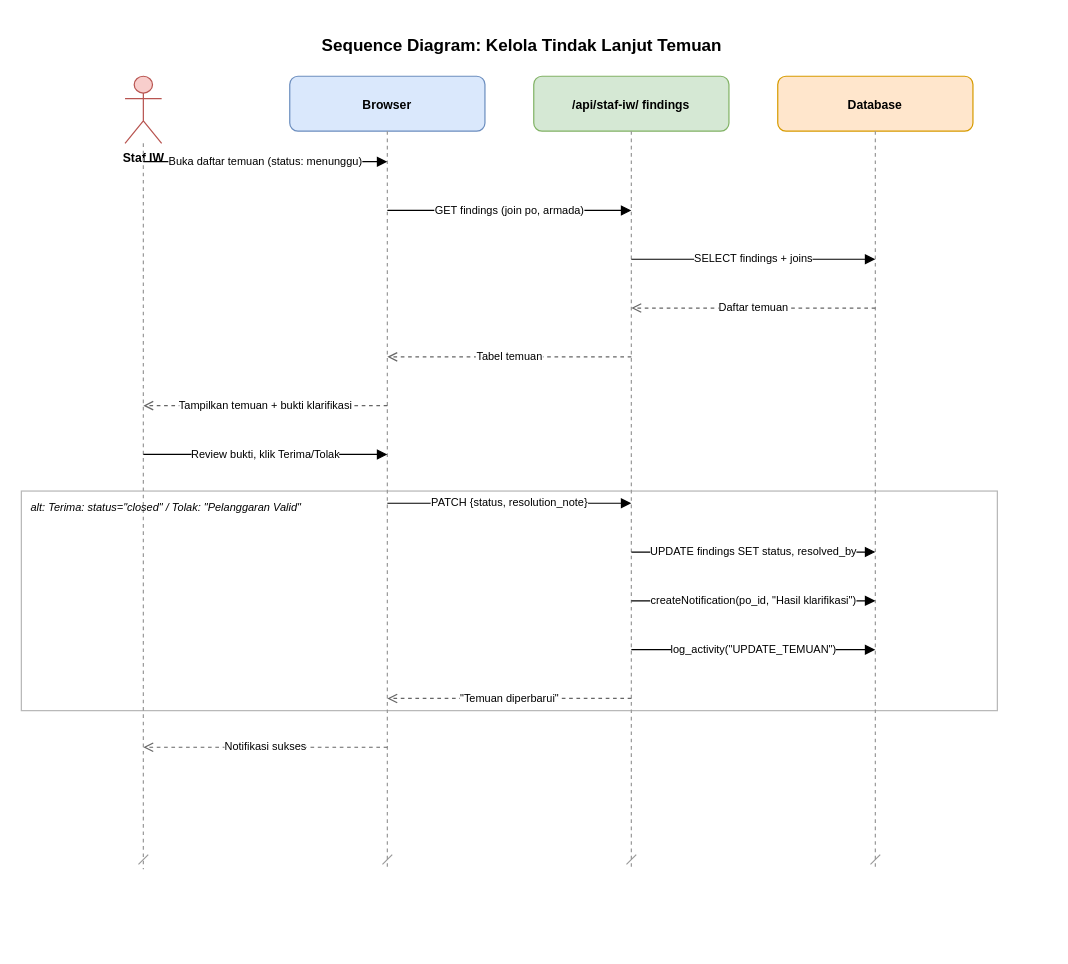
RyanGLoomy/terminal-iwkbu keeps this draw.io diagram as docs/diagrams/sequence/18-sq-kelola-tindak-lanjut.drawio. Above is the earlier version. Source tidied: cells renumbered, new cells numbered last; positions are measured from the earlier drawing's top-left corner, leaving out a move shared by most shapes. Both pictures are drawn from the tidied source at 122%, with x=0, y=0 at pixel (21, 27).
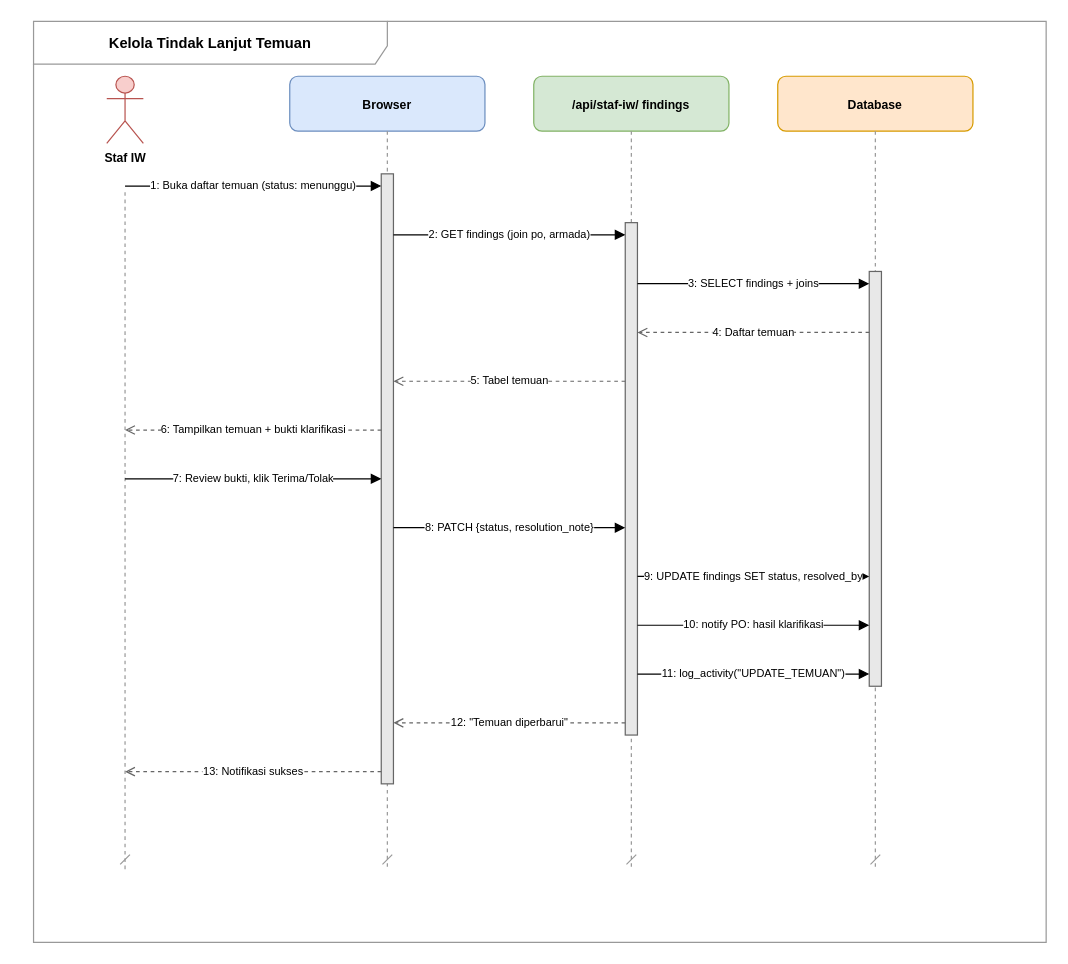
Above is the later version.

Change to the diagram source:
```diff
@@
-    <mxCell id="2" value="Sequence Diagram: Kelola Tindak Lanjut Temuan" style="text;html=1;align=center;verticalAlign=middle;fontSize=14;fontStyle=1;strokeColor=none;fillColor=none;" parent="1" vertex="1">
-      <mxGeometry x="40" width="740" height="30" as="geometry" />
-    </mxCell>
+    <mxCell id="25" value="Kelola Tindak Lanjut Temuan" style="shape=umlFrame;whiteSpace=wrap;html=1;fillColor=none;strokeColor=#999999;fontSize=12;fontStyle=1;lightOpacity=50;tabWidth=290;tabHeight=22;width=290;height=35;" parent="1" vertex="1">
+      <mxGeometry x="10" y="-5" width="830" height="755" as="geometry" />
+    </mxCell>
     <mxCell id="3" value="Staf IW" style="shape=umlActor;verticalLabelPosition=bottom;verticalAlign=top;html=1;fillColor=#f8cecc;strokeColor=#b85450;fontStyle=1;fontSize=10;" parent="1" vertex="1">
-      <mxGeometry x="85" y="40" width="30" height="55" as="geometry" />
+      <mxGeometry x="70" y="40" width="30" height="55" as="geometry" />
     </mxCell>
     <mxCell id="4" style="endArrow=dash;dashed=1;html=1;strokeWidth=1;strokeColor=#999999;" parent="1" edge="1">
       <mxGeometry relative="1" as="geometry">
-        <mxPoint x="100" y="95" as="sourcePoint" />
-        <mxPoint x="100" y="690" as="targetPoint" />
+        <mxPoint x="85" y="135" as="sourcePoint" />
+        <mxPoint x="85" y="690" as="targetPoint" />
       </mxGeometry>
     </mxCell>
@@
-    <mxCell id="11" value="alt: Terima: status=&quot;closed&quot; / Tolak: &quot;Pelanggaran Valid&quot;" style="rounded=0;whiteSpace=wrap;html=1;fillColor=none;strokeColor=#999999;dashed=0;verticalAlign=top;align=left;spacingTop=2;spacingLeft=6;fontSize=9;fontStyle=2;opacity=70;" parent="1" vertex="1">
-      <mxGeometry y="380" width="800" height="180" as="geometry" />
-    </mxCell>
+    <mxCell id="26" style="rounded=0;whiteSpace=wrap;html=1;fillColor=#e8e8e8;strokeColor=#666666;strokeWidth=1;" parent="1" vertex="1">
+      <mxGeometry x="295" y="120" width="10" height="500" as="geometry" />
+    </mxCell>
+    <mxCell id="27" style="rounded=0;whiteSpace=wrap;html=1;fillColor=#e8e8e8;strokeColor=#666666;strokeWidth=1;" parent="1" vertex="1">
+      <mxGeometry x="495" y="160" width="10" height="420" as="geometry" />
+    </mxCell>
+    <mxCell id="28" style="rounded=0;whiteSpace=wrap;html=1;fillColor=#e8e8e8;strokeColor=#666666;strokeWidth=1;" parent="1" vertex="1">
+      <mxGeometry x="695" y="200" width="10" height="340" as="geometry" />
+    </mxCell>
-    <mxCell id="12" value="Buka daftar temuan (status: menunggu)" style="endArrow=block;endFill=1;html=1;fontSize=9;" parent="1" edge="1">
+    <mxCell id="12" value="1: Buka daftar temuan (status: menunggu)" style="endArrow=block;endFill=1;html=1;fontSize=9;" parent="1" edge="1">
       <mxGeometry relative="1" as="geometry">
-        <mxPoint x="100" y="110" as="sourcePoint" />
-        <mxPoint x="300" y="110" as="targetPoint" />
+        <mxPoint x="85" y="130" as="sourcePoint" />
+        <mxPoint x="295" y="130" as="targetPoint" />
       </mxGeometry>
     </mxCell>
-    <mxCell id="13" value="GET findings (join po, armada)" style="endArrow=block;endFill=1;html=1;fontSize=9;" parent="1" edge="1">
+    <mxCell id="13" value="2: GET findings (join po, armada)" style="endArrow=block;endFill=1;html=1;fontSize=9;" parent="1" edge="1">
       <mxGeometry relative="1" as="geometry">
-        <mxPoint x="300" y="150" as="sourcePoint" />
-        <mxPoint x="500" y="150" as="targetPoint" />
+        <mxPoint x="305" y="170" as="sourcePoint" />
+        <mxPoint x="495" y="170" as="targetPoint" />
       </mxGeometry>
     </mxCell>
-    <mxCell id="14" value="SELECT findings + joins" style="endArrow=block;endFill=1;html=1;fontSize=9;" parent="1" edge="1">
+    <mxCell id="14" value="3: SELECT findings + joins" style="endArrow=block;endFill=1;html=1;fontSize=9;" parent="1" edge="1">
       <mxGeometry relative="1" as="geometry">
-        <mxPoint x="500" y="190" as="sourcePoint" />
-        <mxPoint x="700" y="190" as="targetPoint" />
+        <mxPoint x="505" y="210" as="sourcePoint" />
+        <mxPoint x="695" y="210" as="targetPoint" />
       </mxGeometry>
     </mxCell>
-    <mxCell id="15" value="Daftar temuan" style="endArrow=open;endFill=0;dashed=1;html=1;fontSize=9;strokeColor=#666666;" parent="1" edge="1">
+    <mxCell id="15" value="4: Daftar temuan" style="endArrow=open;endFill=0;dashed=1;html=1;fontSize=9;strokeColor=#666666;" parent="1" edge="1">
       <mxGeometry relative="1" as="geometry">
-        <mxPoint x="700" y="230" as="sourcePoint" />
-        <mxPoint x="500" y="230" as="targetPoint" />
+        <mxPoint x="695" y="250" as="sourcePoint" />
+        <mxPoint x="505" y="250" as="targetPoint" />
       </mxGeometry>
     </mxCell>
-    <mxCell id="16" value="Tabel temuan" style="endArrow=open;endFill=0;dashed=1;html=1;fontSize=9;strokeColor=#666666;" parent="1" edge="1">
+    <mxCell id="16" value="5: Tabel temuan" style="endArrow=open;endFill=0;dashed=1;html=1;fontSize=9;strokeColor=#666666;" parent="1" edge="1">
       <mxGeometry relative="1" as="geometry">
-        <mxPoint x="500" y="270" as="sourcePoint" />
-        <mxPoint x="300" y="270" as="targetPoint" />
+        <mxPoint x="495" y="290" as="sourcePoint" />
+        <mxPoint x="305" y="290" as="targetPoint" />
       </mxGeometry>
     </mxCell>
-    <mxCell id="17" value="Tampilkan temuan + bukti klarifikasi" style="endArrow=open;endFill=0;dashed=1;html=1;fontSize=9;strokeColor=#666666;" parent="1" edge="1">
+    <mxCell id="17" value="6: Tampilkan temuan + bukti klarifikasi" style="endArrow=open;endFill=0;dashed=1;html=1;fontSize=9;strokeColor=#666666;" parent="1" edge="1">
       <mxGeometry relative="1" as="geometry">
-        <mxPoint x="300" y="310" as="sourcePoint" />
-        <mxPoint x="100" y="310" as="targetPoint" />
+        <mxPoint x="295" y="330" as="sourcePoint" />
+        <mxPoint x="85" y="330" as="targetPoint" />
       </mxGeometry>
     </mxCell>
-    <mxCell id="18" value="Review bukti, klik Terima/Tolak" style="endArrow=block;endFill=1;html=1;fontSize=9;" parent="1" edge="1">
+    <mxCell id="18" value="7: Review bukti, klik Terima/Tolak" style="endArrow=block;endFill=1;html=1;fontSize=9;" parent="1" edge="1">
       <mxGeometry relative="1" as="geometry">
-        <mxPoint x="100" y="350" as="sourcePoint" />
-        <mxPoint x="300" y="350" as="targetPoint" />
+        <mxPoint x="85" y="370" as="sourcePoint" />
+        <mxPoint x="295" y="370" as="targetPoint" />
       </mxGeometry>
     </mxCell>
-    <mxCell id="19" value="PATCH {status, resolution_note}" style="endArrow=block;endFill=1;html=1;fontSize=9;" parent="1" edge="1">
+    <mxCell id="19" value="8: PATCH {status, resolution_note}" style="endArrow=block;endFill=1;html=1;fontSize=9;" parent="1" edge="1">
       <mxGeometry relative="1" as="geometry">
-        <mxPoint x="300" y="390" as="sourcePoint" />
-        <mxPoint x="500" y="390" as="targetPoint" />
+        <mxPoint x="305" y="410" as="sourcePoint" />
+        <mxPoint x="495" y="410" as="targetPoint" />
       </mxGeometry>
     </mxCell>
-    <mxCell id="20" value="UPDATE findings SET status, resolved_by" style="endArrow=block;endFill=1;html=1;fontSize=9;" parent="1" edge="1">
+    <mxCell id="20" value="9: UPDATE findings SET status, resolved_by" style="endArrow=block;endFill=1;html=1;fontSize=9;" parent="1" edge="1">
       <mxGeometry relative="1" as="geometry">
-        <mxPoint x="500" y="430" as="sourcePoint" />
-        <mxPoint x="700" y="430" as="targetPoint" />
+        <mxPoint x="505" y="450" as="sourcePoint" />
+        <mxPoint x="695" y="450" as="targetPoint" />
       </mxGeometry>
     </mxCell>
-    <mxCell id="21" value="createNotification(po_id, &quot;Hasil klarifikasi&quot;)" style="endArrow=block;endFill=1;html=1;fontSize=9;" parent="1" edge="1">
+    <mxCell id="21" value="10: notify PO: hasil klarifikasi" style="endArrow=block;endFill=1;html=1;fontSize=9;" parent="1" edge="1">
       <mxGeometry relative="1" as="geometry">
-        <mxPoint x="500" y="470" as="sourcePoint" />
-        <mxPoint x="700" y="470" as="targetPoint" />
+        <mxPoint x="505" y="490" as="sourcePoint" />
+        <mxPoint x="695" y="490" as="targetPoint" />
       </mxGeometry>
     </mxCell>
-    <mxCell id="22" value="log_activity(&quot;UPDATE_TEMUAN&quot;)" style="endArrow=block;endFill=1;html=1;fontSize=9;" parent="1" edge="1">
+    <mxCell id="22" value="11: log_activity(&quot;UPDATE_TEMUAN&quot;)" style="endArrow=block;endFill=1;html=1;fontSize=9;" parent="1" edge="1">
       <mxGeometry relative="1" as="geometry">
-        <mxPoint x="500" y="510" as="sourcePoint" />
-        <mxPoint x="700" y="510" as="targetPoint" />
+        <mxPoint x="505" y="530" as="sourcePoint" />
+        <mxPoint x="695" y="530" as="targetPoint" />
       </mxGeometry>
     </mxCell>
-    <mxCell id="23" value="&quot;Temuan diperbarui&quot;" style="endArrow=open;endFill=0;dashed=1;html=1;fontSize=9;strokeColor=#666666;" parent="1" edge="1">
+    <mxCell id="23" value="12: &quot;Temuan diperbarui&quot;" style="endArrow=open;endFill=0;dashed=1;html=1;fontSize=9;strokeColor=#666666;" parent="1" edge="1">
       <mxGeometry relative="1" as="geometry">
-        <mxPoint x="500" y="550" as="sourcePoint" />
-        <mxPoint x="300" y="550" as="targetPoint" />
+        <mxPoint x="495" y="570" as="sourcePoint" />
+        <mxPoint x="305" y="570" as="targetPoint" />
       </mxGeometry>
     </mxCell>
-    <mxCell id="24" value="Notifikasi sukses" style="endArrow=open;endFill=0;dashed=1;html=1;fontSize=9;strokeColor=#666666;" parent="1" edge="1">
+    <mxCell id="24" value="13: Notifikasi sukses" style="endArrow=open;endFill=0;dashed=1;html=1;fontSize=9;strokeColor=#666666;" parent="1" edge="1">
       <mxGeometry relative="1" as="geometry">
-        <mxPoint x="300" y="590" as="sourcePoint" />
-        <mxPoint x="100" y="590" as="targetPoint" />
+        <mxPoint x="295" y="610" as="sourcePoint" />
+        <mxPoint x="85" y="610" as="targetPoint" />
       </mxGeometry>
     </mxCell>
```
